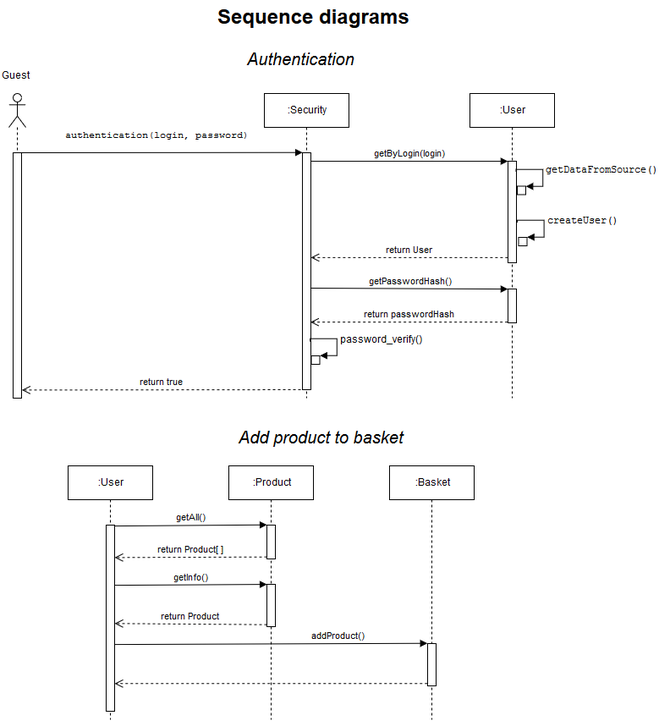
This is sequence-diagram.png from elsabirova/architecture, a draw.io export, as it was before one commit. Source tidied: cells renumbered, new cells last; positions are measured from the earlier drawing's top-left corner, leaving out a move shared by most shapes. Source of this version:
```xml
<mxGraphModel>
  <root>
    <mxCell id="0" />
    <mxCell id="1" parent="0" />
    <mxCell id="2" value=":&lt;span&gt;Security&lt;/span&gt;" style="shape=umlLifeline;perimeter=lifelinePerimeter;whiteSpace=wrap;html=1;" parent="1" vertex="1">
      <mxGeometry x="312" y="110" width="100" height="360" as="geometry" />
    </mxCell>
    <mxCell id="3" style="html=1;points=[];perimeter=orthogonalPerimeter;" parent="2" vertex="1">
      <mxGeometry x="45" y="70" width="10" height="280" as="geometry" />
    </mxCell>
    <mxCell id="4" value="&lt;pre&gt;&lt;span&gt;authentication(&lt;/span&gt;&lt;span&gt;login&lt;/span&gt;&lt;span&gt;, &lt;/span&gt;&lt;span&gt;password&lt;/span&gt;&lt;span&gt;)&lt;/span&gt;&lt;/pre&gt;" style="html=1;verticalAlign=bottom;endArrow=block;entryX=0;entryY=0;" parent="1" edge="1" target="3">
      <mxGeometry x="-0.03" relative="1" as="geometry">
        <mxPoint x="25" y="180" as="sourcePoint" />
      </mxGeometry>
    </mxCell>
    <mxCell id="5" value="return true" style="html=1;verticalAlign=bottom;endArrow=open;dashed=1;endSize=8;entryX=1.038;entryY=0.967;entryDx=0;entryDy=0;entryPerimeter=0;" parent="1" edge="1" target="25">
      <mxGeometry relative="1" as="geometry">
        <mxPoint x="355" y="460" as="sourcePoint" />
      </mxGeometry>
    </mxCell>
    <mxCell id="6" value=":User" style="shape=umlLifeline;perimeter=lifelinePerimeter;whiteSpace=wrap;html=1;" parent="1" vertex="1">
      <mxGeometry x="555" y="110" width="100" height="360" as="geometry" />
    </mxCell>
    <mxCell id="7" style="html=1;points=[];perimeter=orthogonalPerimeter;" parent="6" vertex="1">
      <mxGeometry x="45" y="231" width="10" height="40" as="geometry" />
    </mxCell>
    <mxCell id="8" style="html=1;points=[];perimeter=orthogonalPerimeter;" parent="6" vertex="1">
      <mxGeometry x="45" y="80" width="10" height="120" as="geometry" />
    </mxCell>
    <mxCell id="9" style="html=1;points=[];perimeter=orthogonalPerimeter;fontSize=20;" parent="6" vertex="1">
      <mxGeometry x="56" y="109.5" width="10" height="10" as="geometry" />
    </mxCell>
    <mxCell id="10" value="&lt;pre style=&quot;font-size: 12px&quot;&gt;&lt;font style=&quot;font-size: 12px&quot;&gt;&lt;span&gt;getDataFromSource&lt;/span&gt;&lt;/font&gt;()&lt;/pre&gt;" style="edgeStyle=orthogonalEdgeStyle;html=1;align=left;spacingLeft=2;endArrow=block;rounded=0;entryX=1;entryY=0;fontSize=20;exitX=0.883;exitY=0.328;exitDx=0;exitDy=0;exitPerimeter=0;" parent="6" edge="1" target="9">
      <mxGeometry relative="1" as="geometry">
        <mxPoint x="54.8" y="92.3" as="sourcePoint" />
        <Array as="points">
          <mxPoint x="55" y="89.5" />
          <mxPoint x="86" y="89.5" />
          <mxPoint x="86" y="109.5" />
        </Array>
      </mxGeometry>
    </mxCell>
    <mxCell id="11" value=":User" style="shape=umlLifeline;perimeter=lifelinePerimeter;whiteSpace=wrap;html=1;" parent="1" vertex="1">
      <mxGeometry x="80" y="550" width="100" height="300" as="geometry" />
    </mxCell>
    <mxCell id="12" style="html=1;points=[];perimeter=orthogonalPerimeter;" parent="11" vertex="1">
      <mxGeometry x="45" y="70" width="10" height="220" as="geometry" />
    </mxCell>
    <mxCell id="13" value=":Product" style="shape=umlLifeline;perimeter=lifelinePerimeter;whiteSpace=wrap;html=1;" parent="1" vertex="1">
      <mxGeometry x="270" y="550" width="100" height="300" as="geometry" />
    </mxCell>
    <mxCell id="14" style="html=1;points=[];perimeter=orthogonalPerimeter;" parent="13" vertex="1">
      <mxGeometry x="45" y="70" width="10" height="40" as="geometry" />
    </mxCell>
    <mxCell id="15" style="html=1;points=[];perimeter=orthogonalPerimeter;" parent="13" vertex="1">
      <mxGeometry x="45" y="140" width="10" height="50" as="geometry" />
    </mxCell>
    <mxCell id="16" value="getInfo()" style="html=1;verticalAlign=bottom;endArrow=block;entryX=0;entryY=0;exitX=1.033;exitY=0.004;exitDx=0;exitDy=0;exitPerimeter=0;" parent="13" edge="1" target="15">
      <mxGeometry relative="1" as="geometry">
        <mxPoint x="-134.5" y="141.1" as="sourcePoint" />
      </mxGeometry>
    </mxCell>
    <mxCell id="17" value="addProduct()" style="html=1;verticalAlign=bottom;endArrow=block;entryX=0;entryY=0;exitX=1.033;exitY=0.004;exitDx=0;exitDy=0;exitPerimeter=0;" parent="13" edge="1" target="21">
      <mxGeometry x="0.43" relative="1" as="geometry">
        <mxPoint x="-135" y="211.1" as="sourcePoint" />
      </mxGeometry>
    </mxCell>
    <mxCell id="18" value="getAll()" style="html=1;verticalAlign=bottom;endArrow=block;entryX=0;entryY=0;exitX=1.033;exitY=0.004;exitDx=0;exitDy=0;exitPerimeter=0;" parent="1" edge="1" source="12" target="14">
      <mxGeometry relative="1" as="geometry" />
    </mxCell>
    <mxCell id="19" value="return Product[ ]" style="html=1;verticalAlign=bottom;endArrow=open;dashed=1;endSize=8;exitX=0;exitY=0.95;entryX=1.003;entryY=0.174;entryDx=0;entryDy=0;entryPerimeter=0;" parent="1" edge="1" source="14" target="12">
      <mxGeometry relative="1" as="geometry" />
    </mxCell>
    <mxCell id="20" value=":Basket" style="shape=umlLifeline;perimeter=lifelinePerimeter;whiteSpace=wrap;html=1;" parent="1" vertex="1">
      <mxGeometry x="460" y="550" width="100" height="300" as="geometry" />
    </mxCell>
    <mxCell id="21" style="html=1;points=[];perimeter=orthogonalPerimeter;" parent="20" vertex="1">
      <mxGeometry x="45" y="210" width="10" height="50" as="geometry" />
    </mxCell>
    <mxCell id="22" value="&lt;span&gt;getPasswordHash()&lt;/span&gt;" style="html=1;verticalAlign=bottom;endArrow=block;entryX=0;entryY=0;exitX=0.983;exitY=0.806;exitDx=0;exitDy=0;exitPerimeter=0;" parent="1" edge="1" target="7">
      <mxGeometry x="0.02" relative="1" as="geometry">
        <mxPoint x="366.3" y="340" as="sourcePoint" />
      </mxGeometry>
    </mxCell>
    <mxCell id="23" value="&lt;span&gt;&lt;span&gt;Guest&lt;/span&gt;&lt;/span&gt;" style="text;html=1;align=left;verticalAlign=top;spacingTop=-4;" parent="1" vertex="1">
      <mxGeometry y="81" width="50" height="20" as="geometry" />
    </mxCell>
    <mxCell id="24" style="shape=umlLifeline;participant=umlActor;perimeter=lifelinePerimeter;whiteSpace=wrap;html=1;verticalAlign=top;spacingTop=36;labelBackgroundColor=#ffffff;" parent="1" vertex="1">
      <mxGeometry x="10" y="110" width="20" height="350" as="geometry" />
    </mxCell>
    <mxCell id="25" style="html=1;points=[];perimeter=orthogonalPerimeter;" parent="1" vertex="1">
      <mxGeometry x="15" y="180" width="10" height="290" as="geometry" />
    </mxCell>
    <mxCell id="26" value="Sequence diagrams" style="text;strokeColor=none;fillColor=none;html=1;fontSize=24;fontStyle=1;verticalAlign=middle;align=center;" parent="1" vertex="1">
      <mxGeometry x="245" width="250" height="40" as="geometry" />
    </mxCell>
    <mxCell id="27" value="getByLogin(login)" style="html=1;verticalAlign=bottom;endArrow=block;entryX=0;entryY=0;" parent="1" edge="1" source="3" target="8">
      <mxGeometry relative="1" as="geometry" />
    </mxCell>
    <mxCell id="28" value="return User" style="html=1;verticalAlign=bottom;endArrow=open;dashed=1;endSize=8;exitX=0;exitY=0.95;" parent="1" edge="1" source="8" target="3">
      <mxGeometry relative="1" as="geometry" />
    </mxCell>
    <mxCell id="29" value="&lt;i&gt;Authentication&lt;/i&gt;" style="text;strokeColor=none;fillColor=none;html=1;fontSize=20;fontStyle=0;verticalAlign=middle;align=center;" parent="1" vertex="1">
      <mxGeometry x="265" y="51" width="180" height="40" as="geometry" />
    </mxCell>
    <mxCell id="30" style="html=1;points=[];perimeter=orthogonalPerimeter;fontSize=20;" parent="1" vertex="1">
      <mxGeometry x="612.5" y="280" width="10" height="10" as="geometry" />
    </mxCell>
    <mxCell id="31" value="&lt;pre style=&quot;font-size: 12px&quot;&gt;&lt;span&gt;createUser&lt;/span&gt;()&lt;/pre&gt;" style="edgeStyle=orthogonalEdgeStyle;html=1;align=left;spacingLeft=2;endArrow=block;rounded=0;entryX=1;entryY=0;fontSize=20;exitX=0.883;exitY=0.328;exitDx=0;exitDy=0;exitPerimeter=0;" parent="1" edge="1" target="30">
      <mxGeometry relative="1" as="geometry">
        <mxPoint x="611.2" y="262.5" as="sourcePoint" />
        <Array as="points">
          <mxPoint x="611.5" y="260" />
          <mxPoint x="642.5" y="260" />
          <mxPoint x="642.5" y="280" />
        </Array>
      </mxGeometry>
    </mxCell>
    <mxCell id="32" value="return passwordHash" style="html=1;verticalAlign=bottom;endArrow=open;dashed=1;endSize=8;exitX=0;exitY=0.95;" parent="1" edge="1">
      <mxGeometry relative="1" as="geometry">
        <mxPoint x="599.7" y="380.2" as="sourcePoint" />
        <mxPoint x="366.5" y="380.2" as="targetPoint" />
      </mxGeometry>
    </mxCell>
    <mxCell id="33" style="html=1;points=[];perimeter=orthogonalPerimeter;fontSize=20;" parent="1" vertex="1">
      <mxGeometry x="367.5" y="420" width="10" height="10" as="geometry" />
    </mxCell>
    <mxCell id="34" value="&lt;pre style=&quot;font-size: 12px&quot;&gt;&lt;font face=&quot;Helvetica&quot;&gt;&lt;span&gt;&lt;/span&gt;&lt;span&gt;password_verify&lt;/span&gt;()&lt;/font&gt;&lt;/pre&gt;" style="edgeStyle=orthogonalEdgeStyle;html=1;align=left;spacingLeft=2;endArrow=block;rounded=0;entryX=1;entryY=0;fontSize=20;exitX=0.883;exitY=0.328;exitDx=0;exitDy=0;exitPerimeter=0;" parent="1" edge="1" target="33">
      <mxGeometry relative="1" as="geometry">
        <mxPoint x="366" y="403" as="sourcePoint" />
        <Array as="points">
          <mxPoint x="366.5" y="400" />
          <mxPoint x="397.5" y="400" />
          <mxPoint x="397.5" y="420" />
        </Array>
      </mxGeometry>
    </mxCell>
    <mxCell id="35" value="return Product" style="html=1;verticalAlign=bottom;endArrow=open;dashed=1;endSize=8;exitX=0;exitY=0.95;entryX=1.003;entryY=0.529;entryDx=0;entryDy=0;entryPerimeter=0;" parent="1" edge="1" source="15" target="12">
      <mxGeometry relative="1" as="geometry" />
    </mxCell>
    <mxCell id="36" value="&lt;i&gt;Add product to basket&lt;/i&gt;" style="text;html=1;fontSize=20;" parent="1" vertex="1">
      <mxGeometry x="280" y="500" width="150" height="40" as="geometry" />
    </mxCell>
    <mxCell id="37" style="html=1;verticalAlign=bottom;endArrow=open;dashed=1;endSize=8;exitX=0;exitY=0.95;" parent="1" edge="1" source="21" target="12">
      <mxGeometry relative="1" as="geometry" />
    </mxCell>
  </root>
</mxGraphModel>
```
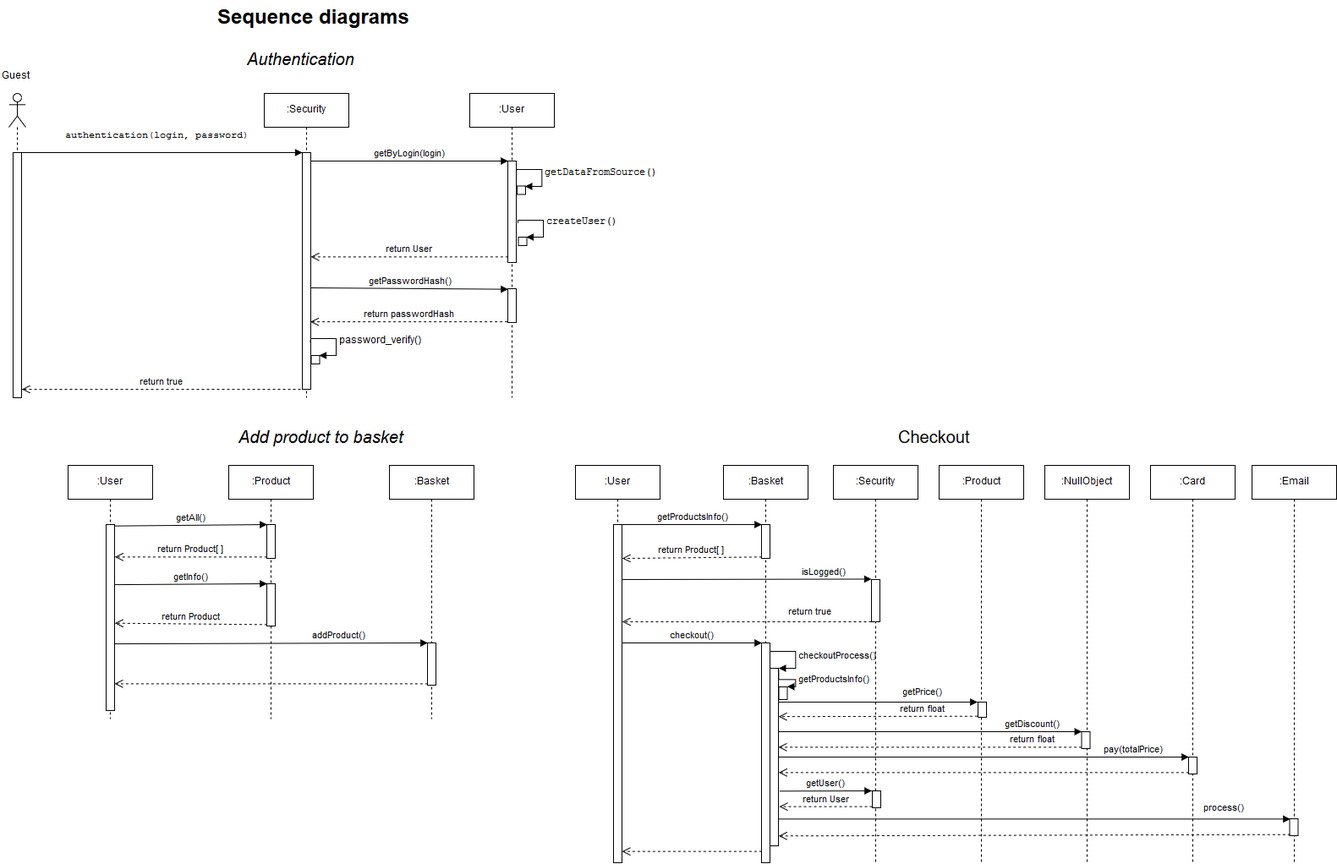
The same file after the commit.

Commit message:
Add sequence diagram for Checkout

Change to the diagram source:
```diff
@@ -144,5 +144,144 @@
     <mxCell id="37" style="html=1;verticalAlign=bottom;endArrow=open;dashed=1;endSize=8;exitX=0;exitY=0.95;" parent="1" edge="1" source="21" target="12">
       <mxGeometry relative="1" as="geometry" />
     </mxCell>
+    <mxCell id="38" value=":User" style="shape=umlLifeline;perimeter=lifelinePerimeter;whiteSpace=wrap;html=1;" parent="1" vertex="1">
+      <mxGeometry x="680" y="550" width="100" height="470" as="geometry" />
+    </mxCell>
+    <mxCell id="39" style="html=1;points=[];perimeter=orthogonalPerimeter;" parent="38" vertex="1">
+      <mxGeometry x="45" y="70" width="10" height="400" as="geometry" />
+    </mxCell>
+    <mxCell id="40" value=":Basket" style="shape=umlLifeline;perimeter=lifelinePerimeter;whiteSpace=wrap;html=1;" parent="1" vertex="1">
+      <mxGeometry x="855" y="550" width="100" height="470" as="geometry" />
+    </mxCell>
+    <mxCell id="41" style="html=1;points=[];perimeter=orthogonalPerimeter;" parent="40" vertex="1">
+      <mxGeometry x="45" y="70" width="10" height="40" as="geometry" />
+    </mxCell>
+    <mxCell id="42" style="html=1;points=[];perimeter=orthogonalPerimeter;" parent="40" vertex="1">
+      <mxGeometry x="45" y="210" width="10" height="260" as="geometry" />
+    </mxCell>
+    <mxCell id="43" style="html=1;points=[];perimeter=orthogonalPerimeter;" parent="40" vertex="1">
+      <mxGeometry x="55" y="240" width="10" height="210" as="geometry" />
+    </mxCell>
+    <mxCell id="44" value="&lt;span&gt;checkoutProcess&lt;/span&gt;()" style="edgeStyle=orthogonalEdgeStyle;html=1;align=left;spacingLeft=2;endArrow=block;rounded=0;entryX=1;entryY=0;exitX=1;exitY=0.188;exitDx=0;exitDy=0;exitPerimeter=0;" parent="40" edge="1" target="43">
+      <mxGeometry relative="1" as="geometry">
+        <mxPoint x="55.1" y="220.1" as="sourcePoint" />
+        <Array as="points">
+          <mxPoint x="85" y="220" />
+          <mxPoint x="85" y="240" />
+        </Array>
+      </mxGeometry>
+    </mxCell>
+    <mxCell id="45" style="html=1;points=[];perimeter=orthogonalPerimeter;" parent="40" vertex="1">
+      <mxGeometry x="65.5" y="262" width="10" height="15" as="geometry" />
+    </mxCell>
+    <mxCell id="46" value="&lt;span&gt;getProductsInfo()&lt;/span&gt;" style="edgeStyle=orthogonalEdgeStyle;html=1;align=left;spacingLeft=2;endArrow=block;rounded=0;entryX=1;entryY=0;" parent="40" edge="1" target="45">
+      <mxGeometry x="0.24" relative="1" as="geometry">
+        <mxPoint x="65.5" y="242.3" as="sourcePoint" />
+        <Array as="points">
+          <mxPoint x="65" y="253" />
+          <mxPoint x="85" y="253" />
+          <mxPoint x="85" y="262" />
+        </Array>
+      </mxGeometry>
+    </mxCell>
+    <mxCell id="47" value="&lt;span&gt;getProductsInfo&lt;/span&gt;()" style="html=1;verticalAlign=bottom;endArrow=block;entryX=0;entryY=0;exitX=0.984;exitY=-0.001;exitDx=0;exitDy=0;exitPerimeter=0;" parent="1" edge="1" source="39" target="41">
+      <mxGeometry relative="1" as="geometry" />
+    </mxCell>
+    <mxCell id="48" value="return Product[ ]" style="html=1;verticalAlign=bottom;endArrow=open;dashed=1;endSize=8;exitX=0;exitY=0.95;entryX=1.031;entryY=0.098;entryDx=0;entryDy=0;entryPerimeter=0;" parent="1" edge="1" source="41" target="39">
+      <mxGeometry relative="1" as="geometry" />
+    </mxCell>
+    <mxCell id="49" value=":&lt;span&gt;Security&lt;/span&gt;" style="shape=umlLifeline;perimeter=lifelinePerimeter;whiteSpace=wrap;html=1;" parent="1" vertex="1">
+      <mxGeometry x="985" y="550" width="100" height="470" as="geometry" />
+    </mxCell>
+    <mxCell id="50" style="html=1;perimeter=orthogonalPerimeter;" parent="49" vertex="1">
+      <mxGeometry x="45" y="135" width="10" height="50" as="geometry" />
+    </mxCell>
+    <mxCell id="51" style="html=1;points=[];perimeter=orthogonalPerimeter;" parent="49" vertex="1">
+      <mxGeometry x="46" y="385" width="10" height="20" as="geometry" />
+    </mxCell>
+    <mxCell id="52" value="&lt;span lang=&quot;en&quot;&gt;&lt;span title=&quot;&quot;&gt;Checkout&lt;/span&gt;&lt;/span&gt;" style="text;html=1;fontSize=20;" parent="1" vertex="1">
+      <mxGeometry x="1060" y="500" width="150" height="40" as="geometry" />
+    </mxCell>
+    <mxCell id="53" value="&lt;span&gt;isLogged&lt;/span&gt;()" style="html=1;verticalAlign=bottom;endArrow=block;entryX=0;entryY=0;exitX=0.967;exitY=0.163;exitDx=0;exitDy=0;exitPerimeter=0;" parent="1" edge="1" source="39">
+      <mxGeometry x="0.62" relative="1" as="geometry">
+        <mxPoint x="1030" y="684.5" as="targetPoint" />
+      </mxGeometry>
+    </mxCell>
+    <mxCell id="54" style="html=1;verticalAlign=bottom;endArrow=open;dashed=1;endSize=8;exitX=0;exitY=0.95;entryX=0.971;entryY=0.287;entryDx=0;entryDy=0;entryPerimeter=0;" parent="1" edge="1" target="39">
+      <mxGeometry relative="1" as="geometry">
+        <mxPoint x="1030" y="735" as="sourcePoint" />
+      </mxGeometry>
+    </mxCell>
+    <mxCell id="55" value="&lt;font style=&quot;font-size: 11px&quot;&gt;return &lt;/font&gt;&lt;font style=&quot;font-size: 11px&quot;&gt;true&lt;/font&gt;" style="text;html=1;align=left;verticalAlign=top;spacingTop=-4;" parent="1" vertex="1">
+      <mxGeometry x="930" y="715" width="70" height="20" as="geometry" />
+    </mxCell>
+    <mxCell id="56" style="html=1;verticalAlign=bottom;endArrow=open;dashed=1;endSize=8;exitX=0;exitY=0.95;" parent="1" edge="1" source="42" target="39">
+      <mxGeometry relative="1" as="geometry" />
+    </mxCell>
+    <mxCell id="57" value=":&lt;span&gt;NullObject&lt;/span&gt;" style="shape=umlLifeline;perimeter=lifelinePerimeter;whiteSpace=wrap;html=1;" parent="1" vertex="1">
+      <mxGeometry x="1235" y="550" width="100" height="470" as="geometry" />
+    </mxCell>
+    <mxCell id="58" style="html=1;points=[];perimeter=orthogonalPerimeter;" parent="57" vertex="1">
+      <mxGeometry x="43.5" y="315" width="10" height="20" as="geometry" />
+    </mxCell>
+    <mxCell id="59" value=":&lt;span&gt;Product&lt;/span&gt;" style="shape=umlLifeline;perimeter=lifelinePerimeter;whiteSpace=wrap;html=1;" parent="1" vertex="1">
+      <mxGeometry x="1110" y="550" width="100" height="470" as="geometry" />
+    </mxCell>
+    <mxCell id="60" style="html=1;points=[];perimeter=orthogonalPerimeter;" parent="59" vertex="1">
+      <mxGeometry x="46" y="280" width="10" height="18" as="geometry" />
+    </mxCell>
+    <mxCell id="61" value=":Card" style="shape=umlLifeline;perimeter=lifelinePerimeter;whiteSpace=wrap;html=1;" parent="1" vertex="1">
+      <mxGeometry x="1360" y="550" width="100" height="470" as="geometry" />
+    </mxCell>
+    <mxCell id="62" style="html=1;points=[];perimeter=orthogonalPerimeter;" parent="61" vertex="1">
+      <mxGeometry x="45" y="345" width="10" height="20" as="geometry" />
+    </mxCell>
+    <mxCell id="63" value="&lt;span&gt;getUser()&lt;/span&gt;" style="html=1;verticalAlign=bottom;endArrow=block;entryX=0;entryY=0;" parent="1" edge="1" target="51">
+      <mxGeometry relative="1" as="geometry">
+        <mxPoint x="921" y="935.3" as="sourcePoint" />
+      </mxGeometry>
+    </mxCell>
+    <mxCell id="64" value="return User" style="html=1;verticalAlign=bottom;endArrow=open;dashed=1;endSize=8;exitX=0;exitY=0.95;" parent="1" edge="1" source="51">
+      <mxGeometry relative="1" as="geometry">
+        <mxPoint x="921" y="953.7" as="targetPoint" />
+      </mxGeometry>
+    </mxCell>
+    <mxCell id="65" value=":&lt;span&gt;Email&lt;/span&gt;" style="shape=umlLifeline;perimeter=lifelinePerimeter;whiteSpace=wrap;html=1;" parent="1" vertex="1">
+      <mxGeometry x="1480" y="550" width="100" height="470" as="geometry" />
+    </mxCell>
+    <mxCell id="66" style="html=1;points=[];perimeter=orthogonalPerimeter;" parent="65" vertex="1">
+      <mxGeometry x="44.5" y="418" width="10" height="20" as="geometry" />
+    </mxCell>
+    <mxCell id="67" value="&lt;span&gt;getPrice()&lt;/span&gt;" style="html=1;verticalAlign=bottom;endArrow=block;entryX=0;entryY=0;" parent="1" edge="1" target="60">
+      <mxGeometry x="0.44" y="3" relative="1" as="geometry">
+        <mxPoint x="920" y="830" as="sourcePoint" />
+      </mxGeometry>
+    </mxCell>
+    <mxCell id="68" value="return float" style="html=1;verticalAlign=bottom;endArrow=open;dashed=1;endSize=8;exitX=0;exitY=0.95;entryX=1.067;entryY=0.289;entryDx=0;entryDy=0;entryPerimeter=0;" parent="1" edge="1" source="60">
+      <mxGeometry x="-0.44" relative="1" as="geometry">
+        <mxPoint x="920.2" y="847.2" as="targetPoint" />
+      </mxGeometry>
+    </mxCell>
+    <mxCell id="69" value="&lt;span&gt;process()&lt;/span&gt;" style="html=1;verticalAlign=bottom;endArrow=block;entryX=0;entryY=0;exitX=1.072;exitY=0.846;exitDx=0;exitDy=0;exitPerimeter=0;" parent="1" edge="1" source="43" target="66">
+      <mxGeometry x="0.74" y="4" relative="1" as="geometry" />
+    </mxCell>
+    <mxCell id="70" style="html=1;verticalAlign=bottom;endArrow=open;dashed=1;endSize=8;exitX=0;exitY=0.95;entryX=1.072;entryY=0.948;entryDx=0;entryDy=0;entryPerimeter=0;" parent="1" edge="1" source="66" target="43">
+      <mxGeometry x="-0.74" relative="1" as="geometry" />
+    </mxCell>
+    <mxCell id="71" value="&lt;span&gt;pay(&lt;/span&gt;&lt;span&gt;totalPrice&lt;/span&gt;&lt;span&gt;)&lt;/span&gt;" style="html=1;verticalAlign=bottom;endArrow=block;entryX=0;entryY=0;" parent="1" edge="1" source="43" target="62">
+      <mxGeometry x="0.73" relative="1" as="geometry" />
+    </mxCell>
+    <mxCell id="72" value="&lt;div&gt;&lt;br&gt;&lt;/div&gt;&lt;div&gt;&lt;br&gt;&lt;/div&gt;" style="html=1;verticalAlign=bottom;endArrow=open;dashed=1;endSize=8;exitX=0;exitY=0.95;entryX=1.003;entryY=0.587;entryDx=0;entryDy=0;entryPerimeter=0;" parent="1" edge="1" source="62" target="43">
+      <mxGeometry x="-0.69" y="-1" relative="1" as="geometry" />
+    </mxCell>
+    <mxCell id="73" value="return float" style="html=1;verticalAlign=bottom;endArrow=open;dashed=1;endSize=8;exitX=0;exitY=0.95;" parent="1" edge="1" source="58" target="43">
+      <mxGeometry x="-0.67" relative="1" as="geometry" />
+    </mxCell>
+    <mxCell id="74" value="&lt;span&gt;getDiscount()&lt;/span&gt;" style="html=1;verticalAlign=bottom;endArrow=block;entryX=0;entryY=0;" parent="1" edge="1" source="43" target="58">
+      <mxGeometry x="0.67" relative="1" as="geometry" />
+    </mxCell>
+    <mxCell id="75" value="&lt;span&gt;&lt;/span&gt;&lt;span&gt;checkout&lt;/span&gt;&lt;span&gt;&lt;/span&gt;()" style="html=1;verticalAlign=bottom;endArrow=block;entryX=0;entryY=0;" parent="1" edge="1" source="39" target="42">
+      <mxGeometry relative="1" as="geometry" />
+    </mxCell>
   </root>
 </mxGraphModel>
```
